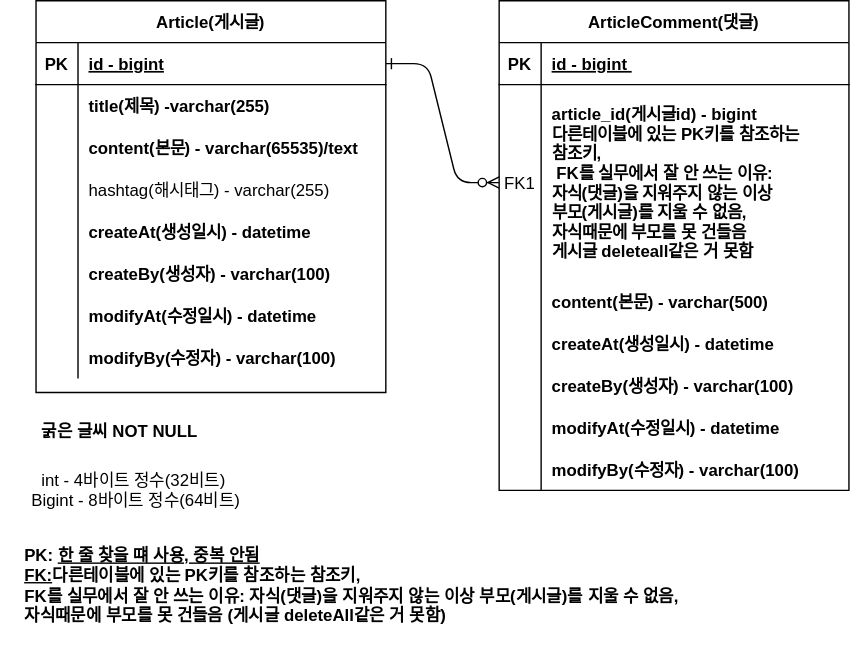
This is document/erd.svg from whalestar2/board, a draw.io export, as it was before one commit. Source tidied: cells renumbered, new cells last; positions are measured from the earlier drawing's top-left corner, leaving out a move shared by most shapes.
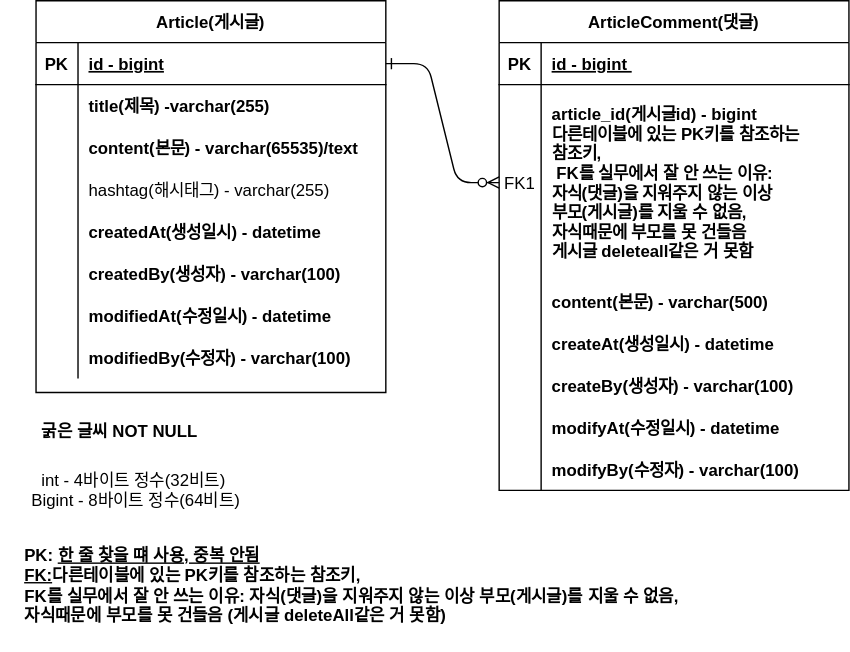
After the change.

The edit, as a diff of the source:
```diff
@@ -116,7 +116,7 @@
     <mxCell id="39" value="            " style="shape=partialRectangle;overflow=hidden;fillColor=none;top=0;left=0;bottom=0;right=0;" parent="38" vertex="1">
       <mxGeometry width="30" height="30" as="geometry" />
     </mxCell>
-    <mxCell id="40" value="createAt(생성일시) - datetime" style="shape=partialRectangle;overflow=hidden;fillColor=none;top=0;left=0;bottom=0;right=0;align=left;spacingLeft=6;fontStyle=1;" parent="38" vertex="1">
+    <mxCell id="40" value="createdAt(생성일시) - datetime" style="shape=partialRectangle;overflow=hidden;fillColor=none;top=0;left=0;bottom=0;right=0;align=left;spacingLeft=6;fontStyle=1;" parent="38" vertex="1">
       <mxGeometry x="30" width="220" height="30" as="geometry" />
     </mxCell>
     <mxCell id="41" style="shape=partialRectangle;fillColor=none;top=0;left=0;right=0;bottom=0;" parent="25" vertex="1">
@@ -125,7 +125,7 @@
     <mxCell id="42" value="            " style="shape=partialRectangle;overflow=hidden;fillColor=none;top=0;left=0;bottom=0;right=0;" parent="41" vertex="1">
       <mxGeometry width="30" height="30" as="geometry" />
     </mxCell>
-    <mxCell id="43" value="createBy(생성자) - varchar(100)" style="shape=partialRectangle;overflow=hidden;fillColor=none;top=0;left=0;bottom=0;right=0;align=left;spacingLeft=6;fontStyle=1;" parent="41" vertex="1">
+    <mxCell id="43" value="createdBy(생성자) - varchar(100)" style="shape=partialRectangle;overflow=hidden;fillColor=none;top=0;left=0;bottom=0;right=0;align=left;spacingLeft=6;fontStyle=1;" parent="41" vertex="1">
       <mxGeometry x="30" width="220" height="30" as="geometry" />
     </mxCell>
     <mxCell id="44" style="shape=partialRectangle;fillColor=none;top=0;left=0;right=0;bottom=0;" parent="25" vertex="1">
@@ -134,7 +134,7 @@
     <mxCell id="45" value="            " style="shape=partialRectangle;overflow=hidden;fillColor=none;top=0;left=0;bottom=0;right=0;" parent="44" vertex="1">
       <mxGeometry width="30" height="30" as="geometry" />
     </mxCell>
-    <mxCell id="46" value="modifyAt(수정일시) - datetime" style="shape=partialRectangle;overflow=hidden;fillColor=none;top=0;left=0;bottom=0;right=0;align=left;spacingLeft=6;fontStyle=1;" parent="44" vertex="1">
+    <mxCell id="46" value="modifiedAt(수정일시) - datetime" style="shape=partialRectangle;overflow=hidden;fillColor=none;top=0;left=0;bottom=0;right=0;align=left;spacingLeft=6;fontStyle=1;" parent="44" vertex="1">
       <mxGeometry x="30" width="220" height="30" as="geometry" />
     </mxCell>
     <mxCell id="47" style="shape=partialRectangle;fillColor=none;top=0;left=0;right=0;bottom=0;" parent="25" vertex="1">
@@ -143,7 +143,7 @@
     <mxCell id="48" value="            " style="shape=partialRectangle;overflow=hidden;fillColor=none;top=0;left=0;bottom=0;right=0;" parent="47" vertex="1">
       <mxGeometry width="30" height="30" as="geometry" />
     </mxCell>
-    <mxCell id="49" value="modifyBy(수정자) - varchar(100)" style="shape=partialRectangle;overflow=hidden;fillColor=none;top=0;left=0;bottom=0;right=0;align=left;spacingLeft=6;fontStyle=1;" parent="47" vertex="1">
+    <mxCell id="49" value="modifiedBy(수정자) - varchar(100)" style="shape=partialRectangle;overflow=hidden;fillColor=none;top=0;left=0;bottom=0;right=0;align=left;spacingLeft=6;fontStyle=1;" parent="47" vertex="1">
       <mxGeometry x="30" width="220" height="30" as="geometry" />
     </mxCell>
     <mxCell id="50" value="&lt;b&gt;굵은 글씨 NOT NULL&lt;/b&gt;&lt;div&gt;&lt;b&gt;&lt;br&gt;&lt;/b&gt;&lt;/div&gt;" style="text;html=1;align=center;verticalAlign=middle;whiteSpace=wrap;rounded=0;" parent="1" vertex="1">
```
